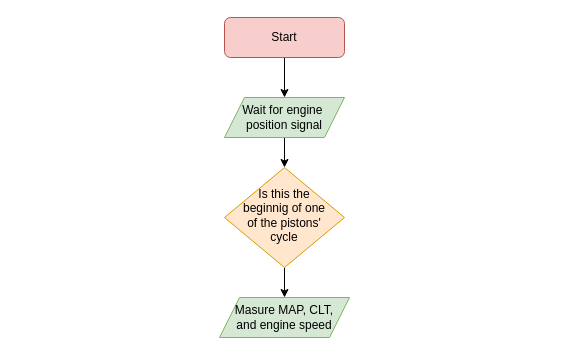
This is page "Running" (2 of 2) of Documentation/EcuFlowChart.drawio from LM13700/Bachelor-s-Thesis-Design-and-Tests-of-a-Petrol-Engine-Controller, a draw.io file, before an edit. Source tidied: cells renumbered, new cells numbered last; positions are measured from the earlier drawing's top-left corner, leaving out a move shared by most shapes. Both pictures are drawn from the tidied source at 100%, with x=0, y=0 at pixel (219, 17).
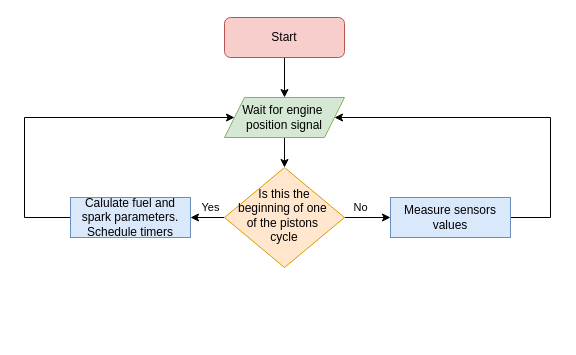
After the change.

Change to the diagram source:
```diff
@@
 <mxGraphModel>
   <root>
     <mxCell id="0" />
     <mxCell id="1" parent="0" />
     <mxCell id="2" style="edgeStyle=orthogonalEdgeStyle;rounded=0;jettySize=auto;html=1;entryX=0.5;entryY=0;entryDx=0;entryDy=0;" parent="1" edge="1" source="3" target="5">
       <mxGeometry relative="1" as="geometry" />
     </mxCell>
     <mxCell id="3" value="&lt;font&gt;Start&lt;/font&gt;" style="rounded=1;whiteSpace=wrap;html=1;fontSize=12;glass=0;strokeWidth=1;shadow=0;fillColor=#f8cecc;strokeColor=#b85450;labelBackgroundColor=none;fontColor=#000000;comic=0;noLabel=0;" parent="1" vertex="1">
       <mxGeometry x="5" width="120" height="40" as="geometry" />
     </mxCell>
     <mxCell id="4" style="edgeStyle=orthogonalEdgeStyle;rounded=0;jettySize=auto;html=1;entryX=0.5;entryY=0;entryDx=0;entryDy=0;" parent="1" edge="1" source="5" target="8">
       <mxGeometry relative="1" as="geometry" />
     </mxCell>
     <mxCell id="5" value="&lt;font&gt;Wait for engine&amp;nbsp;&lt;br&gt;position signal&lt;/font&gt;" style="shape=parallelogram;perimeter=parallelogramPerimeter;whiteSpace=wrap;html=1;fixedSize=1;strokeColor=#82b366;labelBackgroundColor=none;fillColor=#d5e8d4;fontColor=#000000;" parent="1" vertex="1">
       <mxGeometry x="5" y="80" width="120" height="40" as="geometry" />
     </mxCell>
-    <mxCell id="6" value="Masure MAP, CLT, &lt;br&gt;and engine speed" style="shape=parallelogram;perimeter=parallelogramPerimeter;whiteSpace=wrap;html=1;fixedSize=1;strokeColor=#82b366;labelBackgroundColor=none;fillColor=#d5e8d4;fontColor=#000000;" parent="1" vertex="1">
-      <mxGeometry y="280" width="130" height="40" as="geometry" />
-    </mxCell>
-    <mxCell id="7" style="edgeStyle=orthogonalEdgeStyle;rounded=0;jettySize=auto;html=1;entryX=0.5;entryY=0;entryDx=0;entryDy=0;" parent="1" edge="1" source="8" target="6">
-      <mxGeometry relative="1" as="geometry" />
-    </mxCell>
+    <mxCell id="9" value="No" style="edgeStyle=orthogonalEdgeStyle;rounded=0;jettySize=auto;html=1;entryX=0;entryY=0.5;entryDx=0;entryDy=0;" parent="1" edge="1" source="8" target="12">
+      <mxGeometry x="-0.3" y="10" relative="1" as="geometry" />
+    </mxCell>
+    <mxCell id="10" value="Yes" style="edgeStyle=orthogonalEdgeStyle;rounded=0;jettySize=auto;html=1;entryX=1;entryY=0.5;entryDx=0;entryDy=0;" parent="1" edge="1" source="8" target="14">
+      <mxGeometry x="0.13" y="-10" relative="1" as="geometry" />
+    </mxCell>
-    <mxCell id="8" value="Is this the &lt;br&gt;beginnig of one&lt;br&gt;of the pistons'&lt;br&gt;cycle" style="rhombus;whiteSpace=wrap;html=1;shadow=0;fontFamily=Helvetica;fontSize=12;align=center;strokeWidth=1;spacing=6;spacingTop=-4;strokeColor=#d79b00;labelBackgroundColor=none;fillColor=#ffe6cc;fontColor=#000000;" parent="1" vertex="1">
+    <mxCell id="8" value="Is this the&lt;br&gt;beginning of one&amp;nbsp;&lt;br&gt;of the pistons&amp;nbsp;&lt;br&gt;cycle" style="rhombus;whiteSpace=wrap;html=1;shadow=0;fontFamily=Helvetica;fontSize=12;align=center;strokeWidth=1;spacing=6;spacingTop=-4;strokeColor=#d79b00;labelBackgroundColor=none;fillColor=#ffe6cc;fontColor=#000000;" parent="1" vertex="1">
       <mxGeometry x="5" y="150" width="120" height="100" as="geometry" />
     </mxCell>
+    <mxCell id="11" style="edgeStyle=orthogonalEdgeStyle;rounded=0;jettySize=auto;html=1;entryX=1;entryY=0.5;entryDx=0;entryDy=0;" parent="1" edge="1" source="12" target="5">
+      <mxGeometry relative="1" as="geometry">
+        <Array as="points">
+          <mxPoint x="331" y="200" />
+          <mxPoint x="331" y="100" />
+        </Array>
+      </mxGeometry>
+    </mxCell>
+    <mxCell id="12" value="Measure sensors values" style="rounded=0;whiteSpace=wrap;html=1;strokeColor=#6c8ebf;labelBackgroundColor=none;fillColor=#dae8fc;fontColor=#000000;" parent="1" vertex="1">
+      <mxGeometry x="171" y="180" width="120" height="40" as="geometry" />
+    </mxCell>
+    <mxCell id="13" style="edgeStyle=orthogonalEdgeStyle;rounded=0;jettySize=auto;html=1;entryX=0;entryY=0.5;entryDx=0;entryDy=0;" parent="1" edge="1" source="14" target="5">
+      <mxGeometry relative="1" as="geometry">
+        <Array as="points">
+          <mxPoint x="-195" y="200" />
+          <mxPoint x="-195" y="100" />
+        </Array>
+      </mxGeometry>
+    </mxCell>
+    <mxCell id="14" value="Calulate fuel and spark parameters. Schedule timers" style="rounded=0;whiteSpace=wrap;html=1;strokeColor=#6c8ebf;labelBackgroundColor=none;fillColor=#dae8fc;fontColor=#000000;" parent="1" vertex="1">
+      <mxGeometry x="-149" y="180" width="120" height="40" as="geometry" />
+    </mxCell>
   </root>
 </mxGraphModel>
```
